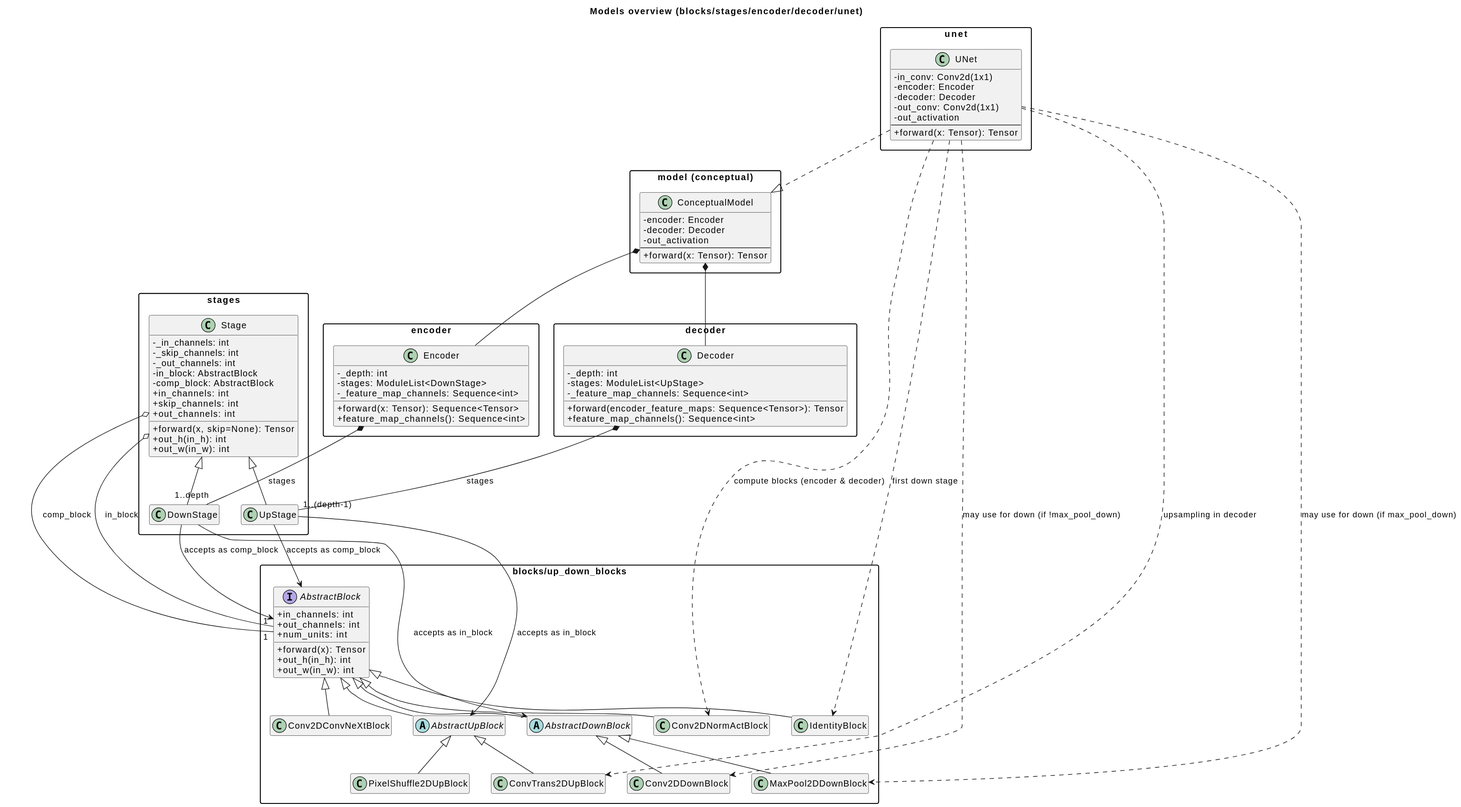
Earlier version of the PlantUML export src/virtual_stain_flow/models/assets/uml/all_models/all_models.svg (WayScience/virtual_stain_flow).
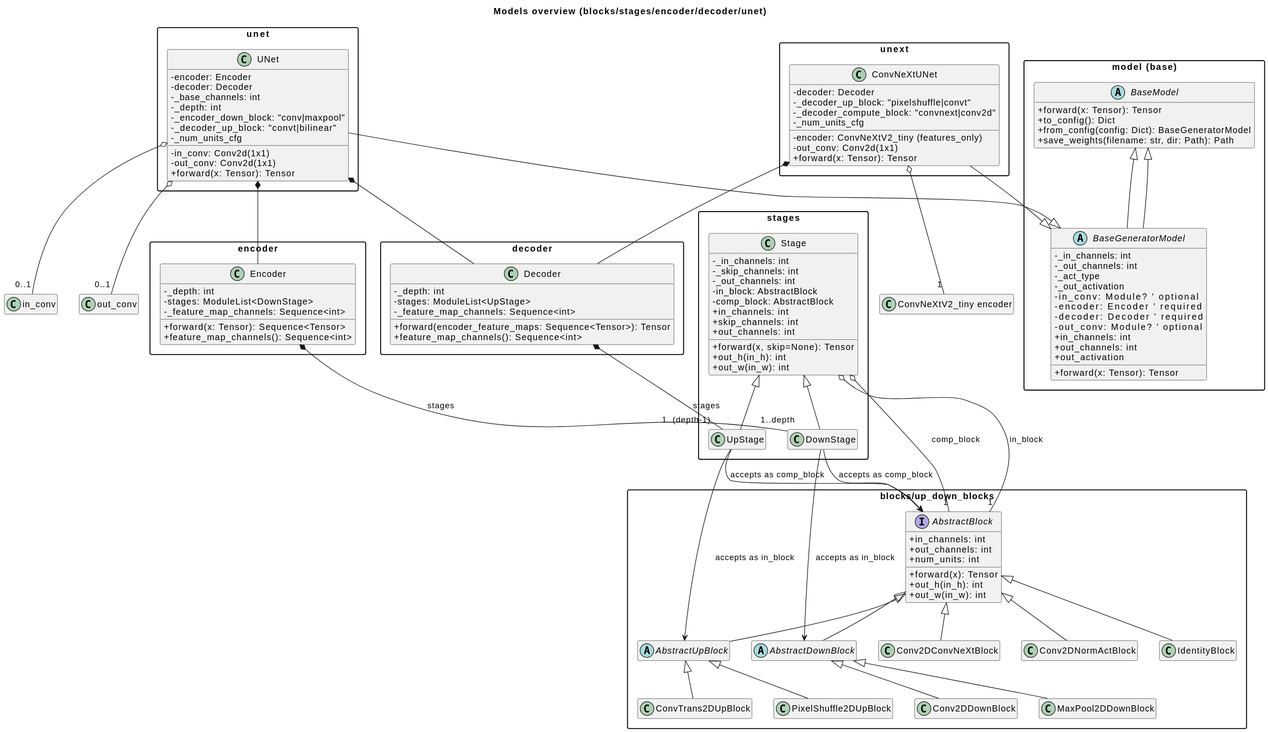
After the change.

Commit message:
Update UML with to reflect the newly introduced BaseModel and BaseGeneratorModel, and update UNet and ConvNeXtUNet relationships.

The edit, as a diff of the source:
```diff
@@ -2,6 +2,7 @@
 skinparam classAttributeIconSize 0
 skinparam packageStyle rectangle
 hide empty members
+
 
 package "blocks/up_down_blocks" {
   interface AbstractBlock {
@@ -78,18 +79,31 @@
 Encoder *-- "1..depth" DownStage : stages
 Decoder *-- "1..(depth-1)" UpStage : stages
 
-package "model (conceptual)" {
-  class ConceptualModel{
-    - encoder: Encoder
-    - decoder: Decoder
-    - out_activation
-    --
-    + forward(x: Tensor): Tensor
+package "model (base)" {
+  abstract class BaseModel {
+    +forward(x: Tensor): Tensor
+    +to_config(): Dict
+    +from_config(config: Dict): BaseGeneratorModel
+    +save_weights(filename: str, dir: Path): Path
+  }
+
+  abstract class BaseGeneratorModel extends BaseModel {
+    - _in_channels: int
+    - _out_channels: int
+    - _act_type
+    - _out_activation
+    - in_conv: Module?         ' optional
+    - encoder: Encoder         ' required
+    - decoder: Decoder         ' required
+    - out_conv: Module?        ' optional
+    +forward(x: Tensor): Tensor
+    +in_channels: int
+    +out_channels: int
+    +out_activation
   }
 }
 
-ConceptualModel *-- Encoder
-ConceptualModel *-- Decoder
+BaseGeneratorModel --|> BaseModel
 
 package "unet" {
   class UNet {
@@ -97,18 +111,36 @@
     - encoder: Encoder
     - decoder: Decoder
     - out_conv: Conv2d(1x1)
-    - out_activation
-    --
-    + forward(x: Tensor): Tensor
+    - _base_channels: int
+    - _depth: int
+    - _encoder_down_block: "conv|maxpool"
+    - _decoder_up_block:   "convt|bilinear"
+    - _num_units_cfg
+    +forward(x: Tensor): Tensor
   }
 }
 
-UNet ..> Conv2DDownBlock : may use for down (if !max_pool_down)
-UNet ..> MaxPool2DDownBlock : may use for down (if max_pool_down)
-UNet ..> IdentityBlock : first down stage
-UNet ..> ConvTrans2DUpBlock : upsampling in decoder
-UNet ..> Conv2DNormActBlock : compute blocks (encoder & decoder)
+package "unext" {
+  class ConvNeXtUNet {
+    - encoder: ConvNeXtV2_tiny (features_only)
+    - decoder: Decoder
+    - out_conv: Conv2d(1x1)
+    - _decoder_up_block: "pixelshuffle|convt"
+    - _decoder_compute_block: "convnext|conv2d"
+    - _num_units_cfg
+    +forward(x: Tensor): Tensor
+  }
+}
 
-UNet ..|> ConceptualModel
+UNet --|> BaseGeneratorModel
+ConvNeXtUNet --|> BaseGeneratorModel
+
+UNet *-- Encoder
+UNet *-- Decoder
+UNet o-- "0..1" "in_conv"
+UNet o-- "0..1" "out_conv"
+
+ConvNeXtUNet *-- Decoder
+ConvNeXtUNet o-- "1" "ConvNeXtV2_tiny encoder"
 title Models overview (blocks/stages/encoder/decoder/unet)
 @enduml
```
